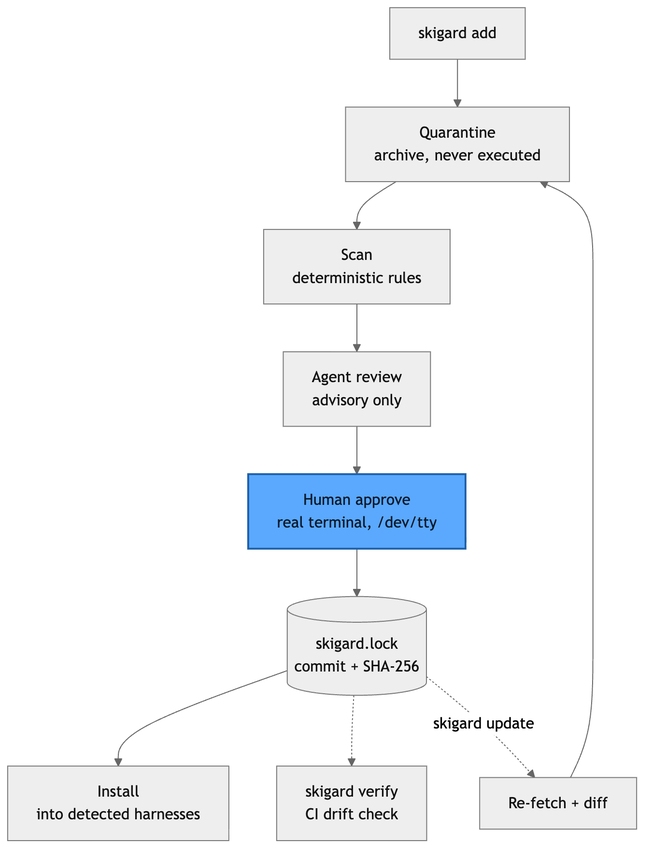
Above: assets/diagrams/pipeline.png in ambierhq/skigard (Mermaid), before the change. Its source is kept beside it as assets/diagrams/pipeline.mmd. The source it was exported from:
```mermaid
%%{init: {'theme':'neutral','flowchart':{'curve':'basis'}}}%%
flowchart TD
  A["skigard add"] --> Q["Quarantine<br/>archive, never executed"]
  Q --> S["Scan<br/>deterministic rules"]
  S --> R["Agent review<br/>advisory only"]
  R --> H["Human approve<br/>real terminal, /dev/tty"]
  H --> L[("skigard.lock<br/>commit + SHA-256")]
  L --> I["Install<br/>into detected harnesses"]
  L -.-> V["skigard verify<br/>CI drift check"]
  L -. "skigard update" .-> U["Re-fetch + diff"]
  U --> Q
  classDef human fill:#5AA9FF,stroke:#1d5fa8,color:#0b1a2b,stroke-width:2px
  classDef step fill:#eeeeee,stroke:#777777,color:#111111
  class H human
  class A,Q,S,R,L,I,V,U step
```
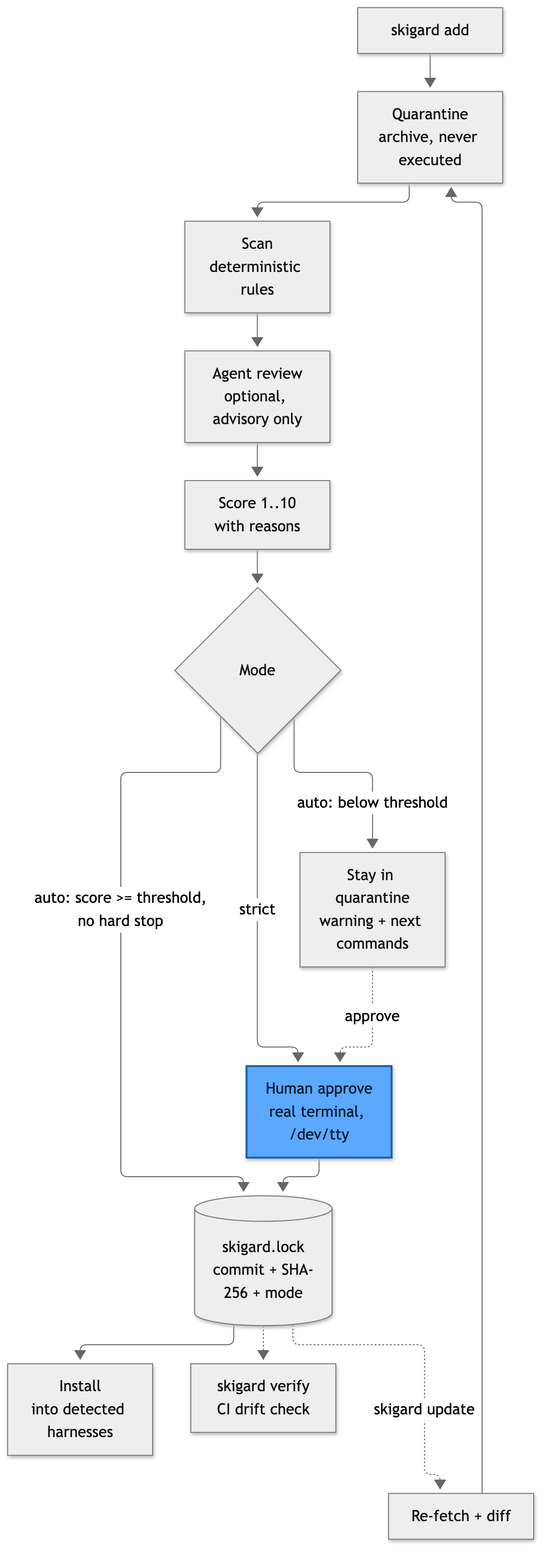
After the commit.

Change to the diagram source:
```diff
@@ -2,9 +2,14 @@
 flowchart TD
   A["skigard add"] --> Q["Quarantine<br/>archive, never executed"]
   Q --> S["Scan<br/>deterministic rules"]
-  S --> R["Agent review<br/>advisory only"]
-  R --> H["Human approve<br/>real terminal, /dev/tty"]
-  H --> L[("skigard.lock<br/>commit + SHA-256")]
+  S --> R["Agent review<br/>optional, advisory only"]
+  R --> C["Score 1..10<br/>with reasons"]
+  C --> D{"Mode"}
+  D -- "auto: score >= threshold,<br/>no hard stop" --> L
+  D -- "strict" --> H["Human approve<br/>real terminal, /dev/tty"]
+  D -- "auto: below threshold" --> W["Stay in quarantine<br/>warning + next commands"]
+  W -. "approve" .-> H
+  H --> L[("skigard.lock<br/>commit + SHA-256 + mode")]
   L --> I["Install<br/>into detected harnesses"]
   L -.-> V["skigard verify<br/>CI drift check"]
   L -. "skigard update" .-> U["Re-fetch + diff"]
@@ -12,4 +17,4 @@
   classDef human fill:#5AA9FF,stroke:#1d5fa8,color:#0b1a2b,stroke-width:2px
   classDef step fill:#eeeeee,stroke:#777777,color:#111111
   class H human
-  class A,Q,S,R,L,I,V,U step
+  class A,Q,S,R,C,D,W,L,I,V,U step
```
